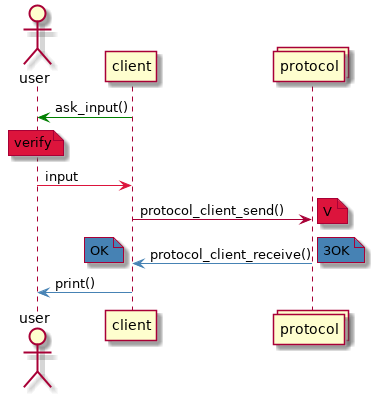
Above: TP1/diagrams/client.png in FdelMazo/7542-Taller1 (PlantUML), before the change. The source it was exported from:
```plantuml
@startuml
actor user
participant client
collections protocol

client-[#green]>user: ask_input()
note over user #Crimson: verify
user-[#Crimson]>client : input

client -> protocol : protocol_client_send()
note right #Crimson: V
client <[#SteelBlue]- protocol : protocol_client_receive()
note right #SteelBlue: 3OK
note left #SteelBlue: OK
user <[#SteelBlue]- client : print()

@enduml
```
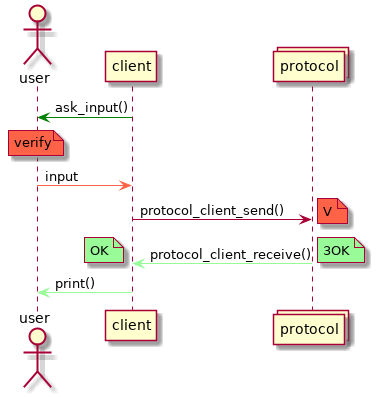
The same diagram one commit later.

The edit, as a diff of the source:
```diff
@@ -4,14 +4,14 @@
 collections protocol
 
 client-[#green]>user: ask_input()
-note over user #Crimson: verify
-user-[#Crimson]>client : input
+note over user #tomato: verify
+user-[#tomato]>client : input
 
 client -> protocol : protocol_client_send()
-note right #Crimson: V
-client <[#SteelBlue]- protocol : protocol_client_receive()
-note right #SteelBlue: 3OK
-note left #SteelBlue: OK
-user <[#SteelBlue]- client : print()
+note right #tomato: V
+client <[#palegreen]- protocol : protocol_client_receive()
+note right #palegreen: 3OK
+note left #palegreen: OK
+user <[#palegreen]- client : print()
 
 @enduml
```
